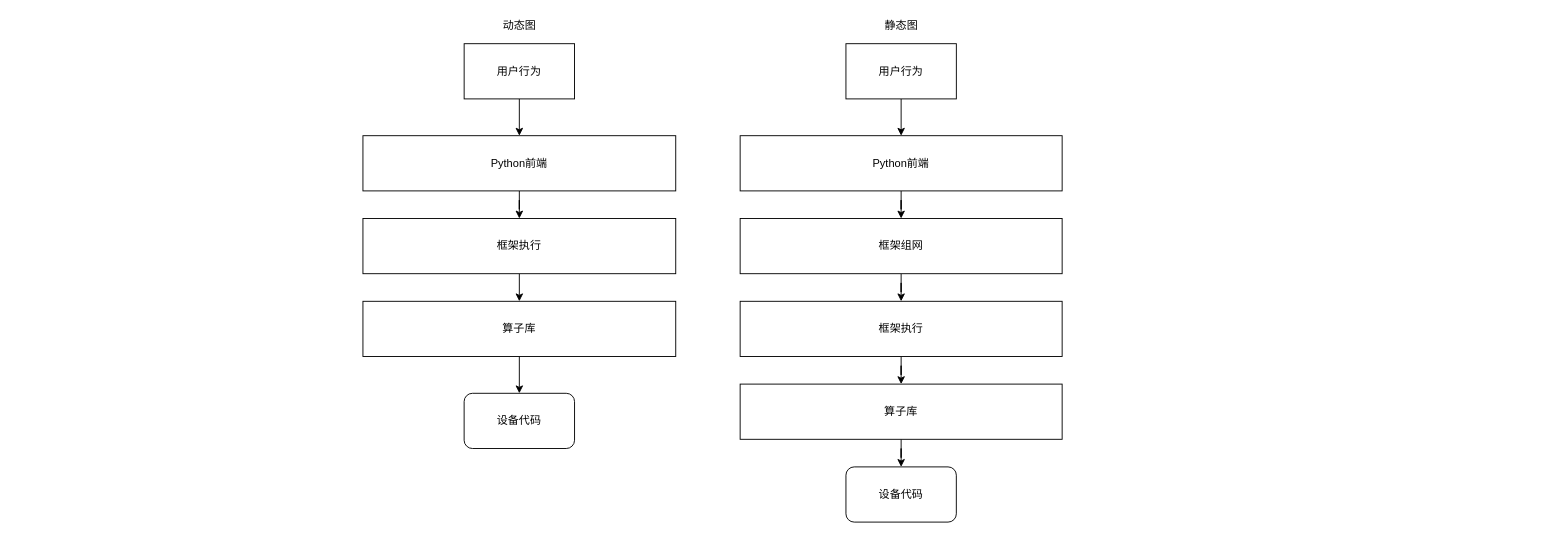
The draw.io diagram Dygraph_Simple.drawio in JiabinYang/Doc, before the edit. Source tidied: cells renumbered, new cells numbered last; positions are measured from the earlier drawing's top-left corner, leaving out a move shared by most shapes. Both pictures are drawn from the tidied source at 92%, with x=0, y=0 at pixel (362, 16).
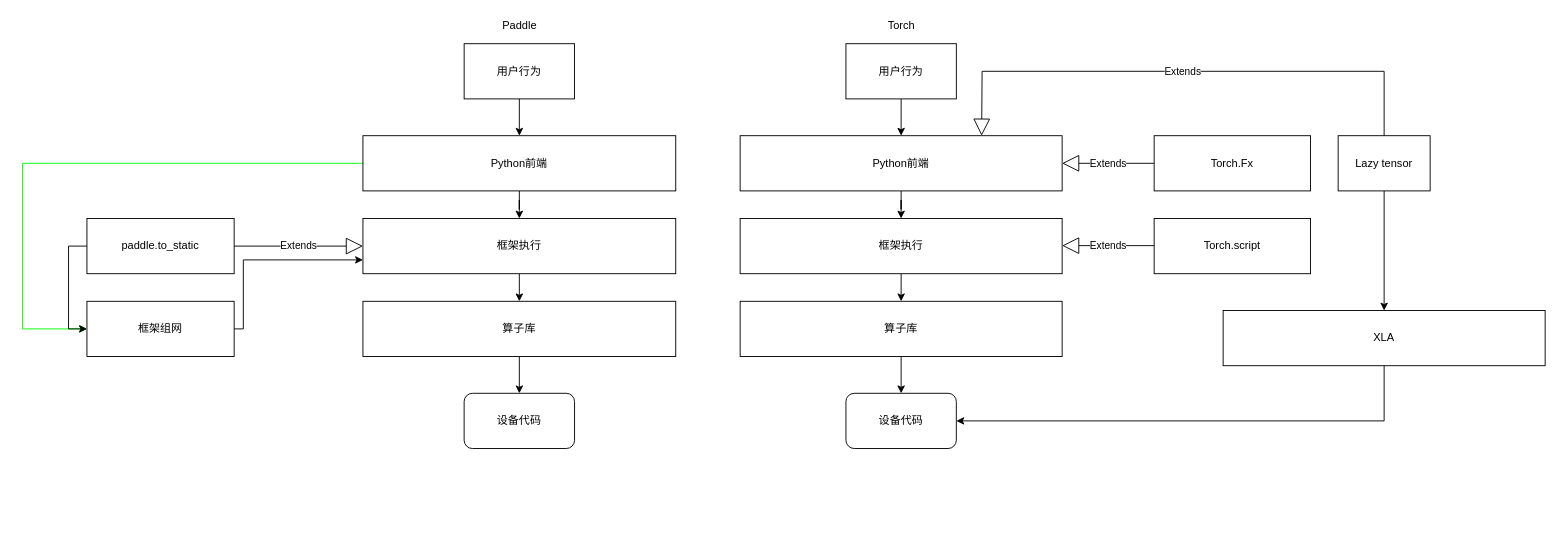
The same page after the edit.

The change refers to these unchanged cells:
```xml
<mxCell id="6" value="Python前端" style="rounded=0;whiteSpace=wrap;html=1;" parent="1" vertex="1">
  <mxGeometry y="130" width="340" height="60" as="geometry" />
</mxCell>
<mxCell id="8" value="框架执行" style="rounded=0;whiteSpace=wrap;html=1;" parent="1" vertex="1">
  <mxGeometry y="220" width="340" height="60" as="geometry" />
</mxCell>
<mxCell id="14" value="Python前端" style="rounded=0;whiteSpace=wrap;html=1;" parent="1" vertex="1">
  <mxGeometry x="410" y="130" width="350" height="60" as="geometry" />
</mxCell>
```

Change to the diagram source:
```diff
@@
+    <mxCell id="24" style="edgeStyle=orthogonalEdgeStyle;rounded=0;jettySize=auto;html=1;exitX=0;exitY=0.5;exitDx=0;exitDy=0;entryX=0;entryY=0.5;entryDx=0;entryDy=0;fontColor=#33FF33;strokeColor=#00FF00;" parent="1" edge="1" source="6" target="26">
+      <mxGeometry relative="1" as="geometry">
+        <Array as="points">
+          <mxPoint x="-370" y="160" />
+          <mxPoint x="-370" y="340" />
+        </Array>
+      </mxGeometry>
+    </mxCell>
@@
-    <mxCell id="15" style="edgeStyle=orthogonalEdgeStyle;rounded=0;jettySize=auto;html=1;exitX=0.5;exitY=1;exitDx=0;exitDy=0;" parent="1" edge="1" source="16" target="18">
-      <mxGeometry relative="1" as="geometry" />
+    <mxCell id="15" style="edgeStyle=orthogonalEdgeStyle;rounded=0;jettySize=auto;html=1;exitX=0.5;exitY=1;exitDx=0;exitDy=0;" parent="1" edge="1" source="16">
+      <mxGeometry relative="1" as="geometry">
+        <mxPoint x="585" y="310" as="targetPoint" />
+      </mxGeometry>
     </mxCell>
-    <mxCell id="16" value="框架组网" style="rounded=0;whiteSpace=wrap;html=1;" parent="1" vertex="1">
+    <mxCell id="16" value="框架执行" style="rounded=0;whiteSpace=wrap;html=1;" parent="1" vertex="1">
       <mxGeometry x="410" y="220" width="350" height="60" as="geometry" />
     </mxCell>
-    <mxCell id="17" style="edgeStyle=orthogonalEdgeStyle;rounded=0;jettySize=auto;html=1;exitX=0.5;exitY=1;exitDx=0;exitDy=0;" parent="1" edge="1" source="18" target="20">
-      <mxGeometry relative="1" as="geometry" />
-    </mxCell>
-    <mxCell id="18" value="框架执行" style="rounded=0;whiteSpace=wrap;html=1;" parent="1" vertex="1">
-      <mxGeometry x="410" y="310" width="350" height="60" as="geometry" />
-    </mxCell>
@@
     <mxCell id="20" value="算子库" style="rounded=0;whiteSpace=wrap;html=1;" parent="1" vertex="1">
-      <mxGeometry x="410" y="400" width="350" height="60" as="geometry" />
+      <mxGeometry x="410" y="310" width="350" height="60" as="geometry" />
     </mxCell>
     <mxCell id="21" value="设备代码" style="rounded=1;whiteSpace=wrap;html=1;" parent="1" vertex="1">
-      <mxGeometry x="525" y="490" width="120" height="60" as="geometry" />
+      <mxGeometry x="525" y="410" width="120" height="60" as="geometry" />
     </mxCell>
-    <mxCell id="22" value="动态图" style="text;html=1;align=center;verticalAlign=middle;strokeColor=none;fillColor=none;" parent="1" vertex="1">
+    <mxCell id="22" value="Paddle" style="text;html=1;align=center;verticalAlign=middle;strokeColor=none;fillColor=none;" parent="1" vertex="1">
       <mxGeometry x="145" width="50" height="20" as="geometry" />
     </mxCell>
-    <mxCell id="23" value="静态图" style="text;html=1;align=center;verticalAlign=middle;strokeColor=none;fillColor=none;" parent="1" vertex="1">
-      <mxGeometry x="560" width="50" height="20" as="geometry" />
+    <mxCell id="23" value="Torch" style="text;html=1;align=center;verticalAlign=middle;strokeColor=none;fillColor=none;" parent="1" vertex="1">
+      <mxGeometry x="565" width="40" height="20" as="geometry" />
     </mxCell>
+    <mxCell id="25" style="edgeStyle=orthogonalEdgeStyle;rounded=0;jettySize=auto;html=1;exitX=1;exitY=0.5;exitDx=0;exitDy=0;entryX=0;entryY=0.75;entryDx=0;entryDy=0;" parent="1" edge="1" source="26" target="8">
+      <mxGeometry relative="1" as="geometry">
+        <Array as="points">
+          <mxPoint x="-130" y="340" />
+          <mxPoint x="-130" y="265" />
+        </Array>
+      </mxGeometry>
+    </mxCell>
+    <mxCell id="26" value="框架组网" style="rounded=0;whiteSpace=wrap;html=1;" parent="1" vertex="1">
+      <mxGeometry x="-300" y="310" width="160" height="60" as="geometry" />
+    </mxCell>
+    <mxCell id="27" value="Torch.Fx" style="rounded=0;whiteSpace=wrap;html=1;" parent="1" vertex="1">
+      <mxGeometry x="860" y="130" width="170" height="60" as="geometry" />
+    </mxCell>
+    <mxCell id="28" value="Torch.script" style="rounded=0;whiteSpace=wrap;html=1;" parent="1" vertex="1">
+      <mxGeometry x="860" y="220" width="170" height="60" as="geometry" />
+    </mxCell>
+    <mxCell id="29" style="edgeStyle=orthogonalEdgeStyle;rounded=0;jettySize=auto;html=1;exitX=0.5;exitY=1;exitDx=0;exitDy=0;entryX=0.5;entryY=0;entryDx=0;entryDy=0;" parent="1" edge="1" source="30" target="34">
+      <mxGeometry relative="1" as="geometry" />
+    </mxCell>
+    <mxCell id="30" value="Lazy tensor" style="rounded=0;whiteSpace=wrap;html=1;" parent="1" vertex="1">
+      <mxGeometry x="1060" y="130" width="100" height="60" as="geometry" />
+    </mxCell>
+    <mxCell id="31" style="edgeStyle=orthogonalEdgeStyle;rounded=0;jettySize=auto;html=1;exitX=0;exitY=0.5;exitDx=0;exitDy=0;entryX=0;entryY=0.5;entryDx=0;entryDy=0;" parent="1" edge="1" source="32" target="26">
+      <mxGeometry relative="1" as="geometry" />
+    </mxCell>
+    <mxCell id="32" value="paddle.to_static" style="rounded=0;whiteSpace=wrap;html=1;" parent="1" vertex="1">
+      <mxGeometry x="-300" y="220" width="160" height="60" as="geometry" />
+    </mxCell>
+    <mxCell id="33" style="edgeStyle=orthogonalEdgeStyle;rounded=0;jettySize=auto;html=1;exitX=0.5;exitY=1;exitDx=0;exitDy=0;entryX=1;entryY=0.5;entryDx=0;entryDy=0;" parent="1" edge="1" source="34" target="21">
+      <mxGeometry relative="1" as="geometry" />
+    </mxCell>
+    <mxCell id="34" value="XLA" style="rounded=0;whiteSpace=wrap;html=1;" parent="1" vertex="1">
+      <mxGeometry x="935" y="320" width="350" height="60" as="geometry" />
+    </mxCell>
+    <mxCell id="35" value="Extends" style="endArrow=block;endSize=16;endFill=0;html=1;rounded=0;exitX=1;exitY=0.5;exitDx=0;exitDy=0;entryX=0;entryY=0.5;entryDx=0;entryDy=0;" parent="1" edge="1" source="32" target="8">
+      <mxGeometry relative="1" as="geometry" />
+    </mxCell>
+    <mxCell id="36" value="Extends" style="endArrow=block;endSize=16;endFill=0;html=1;rounded=0;exitX=0;exitY=0.5;exitDx=0;exitDy=0;entryX=1;entryY=0.5;entryDx=0;entryDy=0;" parent="1" edge="1" source="27" target="14">
+      <mxGeometry relative="1" as="geometry" />
+    </mxCell>
+    <mxCell id="37" value="Extends" style="endArrow=block;endSize=16;endFill=0;html=1;rounded=0;exitX=0;exitY=0.5;exitDx=0;exitDy=0;entryX=1;entryY=0.5;entryDx=0;entryDy=0;" parent="1" edge="1">
+      <mxGeometry relative="1" as="geometry">
+        <mxPoint x="860" y="249.5" as="sourcePoint" />
+        <mxPoint x="760" y="249.5" as="targetPoint" />
+      </mxGeometry>
+    </mxCell>
+    <mxCell id="38" value="Extends" style="endArrow=block;endSize=16;endFill=0;html=1;rounded=0;exitX=0.5;exitY=0;exitDx=0;exitDy=0;entryX=0.75;entryY=0;entryDx=0;entryDy=0;" parent="1" edge="1" source="30" target="14">
+      <mxGeometry relative="1" as="geometry">
+        <Array as="points">
+          <mxPoint x="1110" y="60" />
+          <mxPoint x="673" y="60" />
+        </Array>
+      </mxGeometry>
+    </mxCell>
```
